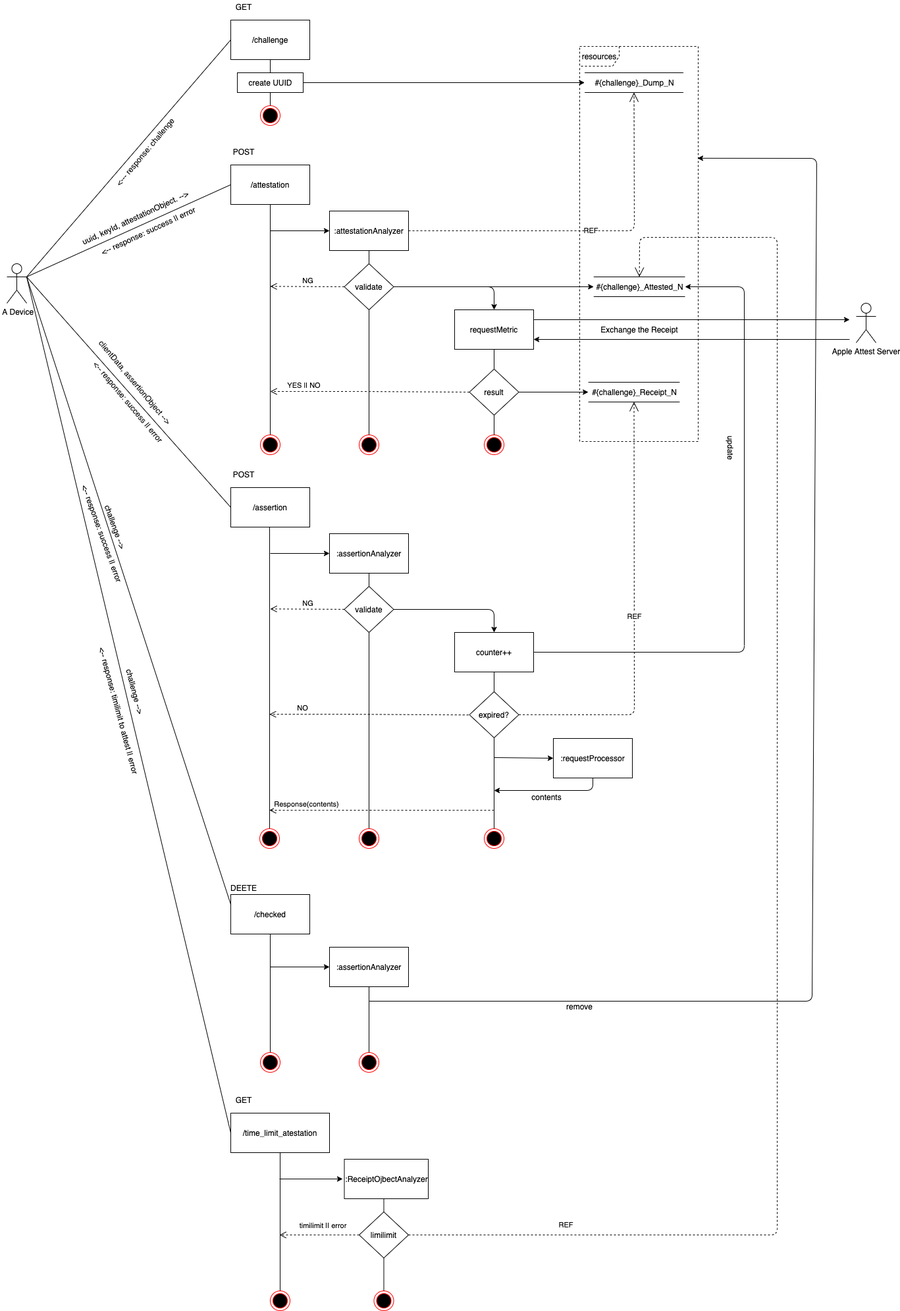
The draw.io diagram Exp_AttestAgent/designs/api.png in kwrsin/Exp_Attest, before a commit. Source tidied: cells renumbered, new cells last; positions are measured from the earlier drawing's top-left corner, leaving out a move shared by most shapes.
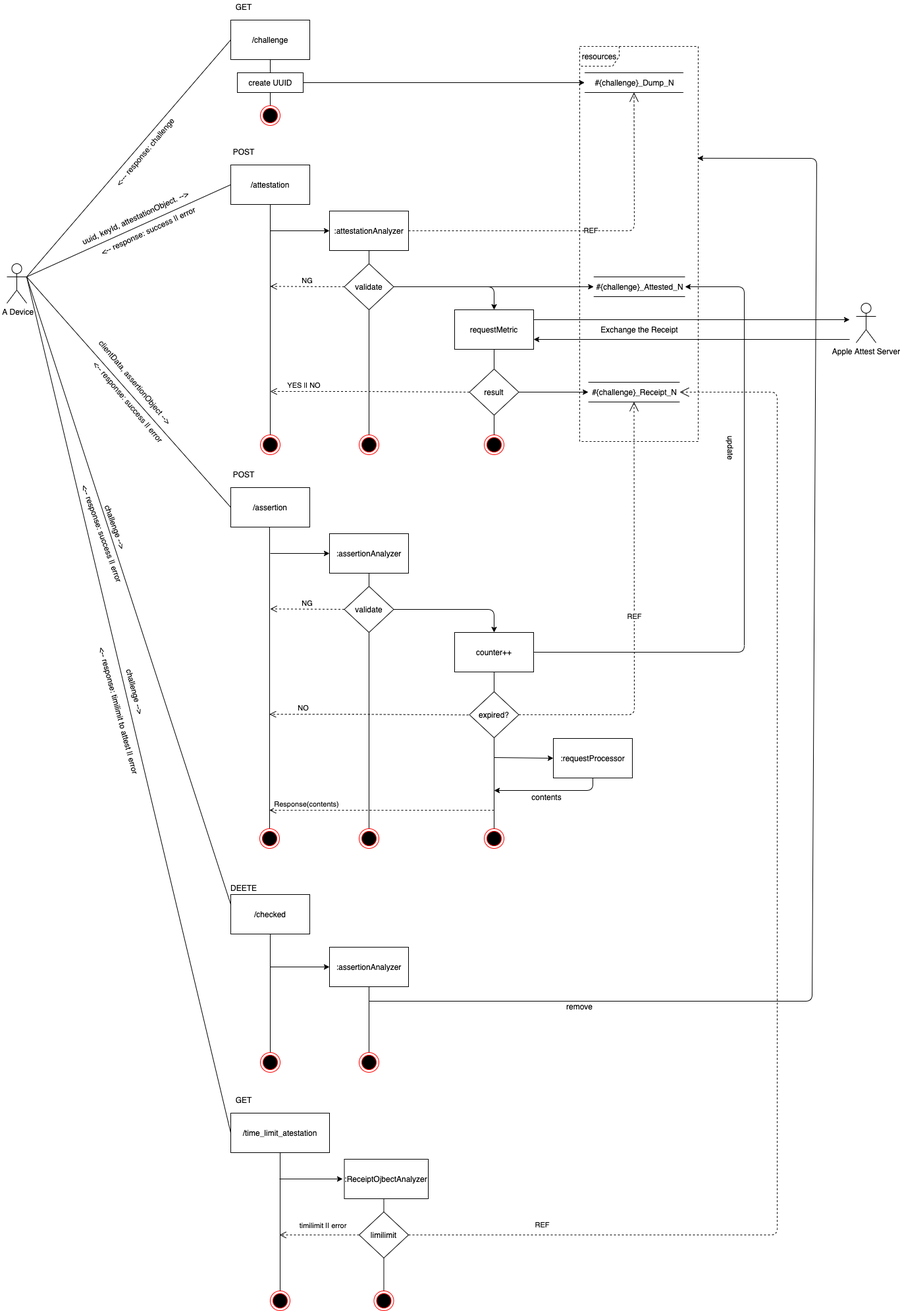
The same diagram one commit later.

Change to the diagram source:
```diff
@@ -373,12 +373,11 @@
         <mxPoint x="414" y="1875" as="targetPoint" />
       </mxGeometry>
     </mxCell>
-    <mxCell id="93" value="REF" style="endArrow=open;endSize=12;dashed=1;html=1;entryX=0.5;entryY=0;entryDx=0;entryDy=0;exitX=1;exitY=0.5;exitDx=0;exitDy=0;" parent="1" edge="1" source="90" target="33">
+    <mxCell id="93" value="REF" style="endArrow=open;endSize=12;dashed=1;html=1;entryX=1;entryY=0.5;entryDx=0;entryDy=0;exitX=1;exitY=0.5;exitDx=0;exitDy=0;" parent="1" edge="1" source="90" target="37">
       <mxGeometry x="-0.8" y="15" relative="1" as="geometry">
         <Array as="points">
           <mxPoint x="1170" y="1875" />
-          <mxPoint x="1170" y="360" />
-          <mxPoint x="961" y="360" />
+          <mxPoint x="1170" y="595" />
         </Array>
       </mxGeometry>
     </mxCell>
```
